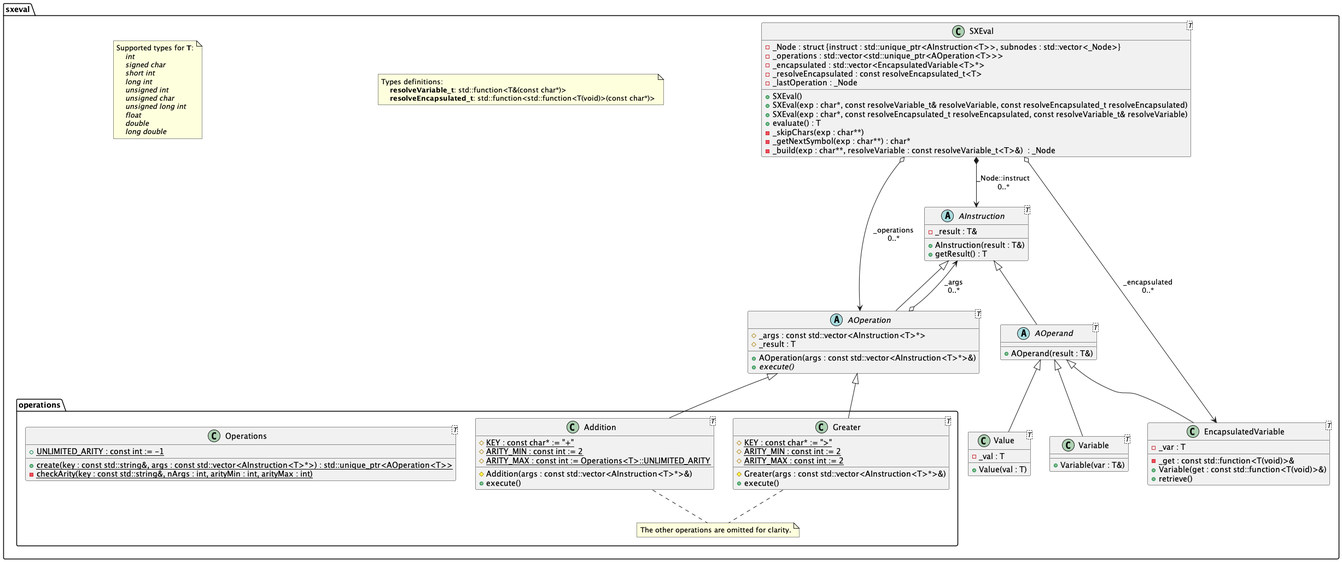
abadiet/SXEval keeps this PlantUML diagram as uml/class-diagram.png. Above is the earlier version.
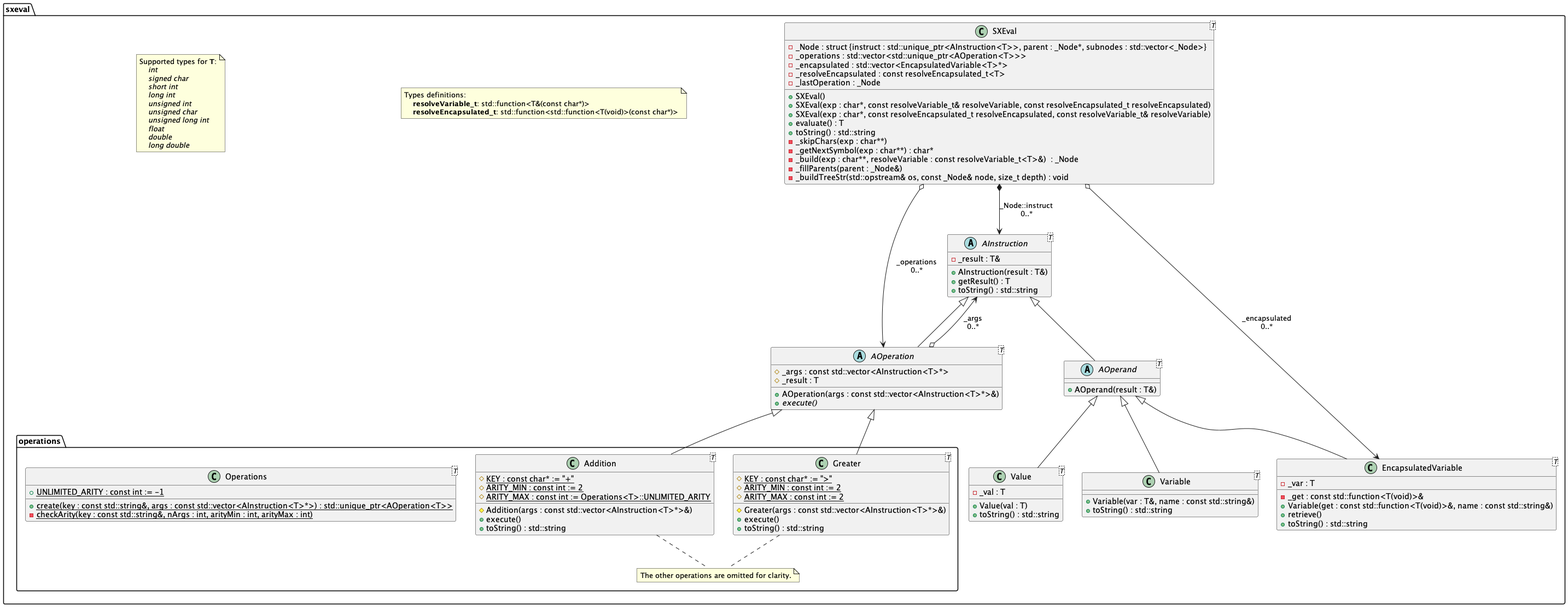
Later version of the same file.

Change to the diagram source:
```diff
@@ -23,7 +23,7 @@
     end note
 
     class SXEval<T> {
-        - _Node : struct {instruct : std::unique_ptr<AInstruction<T>>, subnodes : std::vector<_Node>}
+        - _Node : struct {instruct : std::unique_ptr<AInstruction<T>>, parent : _Node*, subnodes : std::vector<_Node>}
         -_operations : std::vector<std::unique_ptr<AOperation<T>>>
         -_encapsulated : std::vector<EncapsulatedVariable<T>*>
         -_resolveEncapsulated : const resolveEncapsulated_t<T>
@@ -32,9 +32,12 @@
         +SXEval(exp : char*, const resolveVariable_t& resolveVariable, const resolveEncapsulated_t resolveEncapsulated)
         +SXEval(exp : char*, const resolveEncapsulated_t resolveEncapsulated, const resolveVariable_t& resolveVariable)
         +evaluate() : T
+        +toString() : std::string
         -_skipChars(exp : char**)
         -_getNextSymbol(exp : char**) : char*
         -_build(exp : char**, resolveVariable : const resolveVariable_t<T>&)  : _Node
+        -_fillParents(parent : _Node&)
+        -_buildTreeStr(std::opstream& os, const _Node& node, size_t depth) : void
     }
 
 
@@ -42,6 +45,7 @@
         -_result : T&
         +AInstruction(result : T&)
         +getResult() : T
+        +toString() : std::string
     }
 
     abstract class AOperation<T> extends AInstruction {
@@ -58,17 +62,20 @@
     class Value<T> extends AOperand {
         -_val : T
         +Value(val : T)
+        +toString() : std::string
     }
 
     class Variable<T> extends AOperand {
-        +Variable(var : T&)
+        +Variable(var : T&, name : const std::string&)
+        +toString() : std::string
     }
 
     class EncapsulatedVariable<T> extends AOperand {
         -_var : T
         -_get : const std::function<T(void)>&
-        +Variable(get : const std::function<T(void)>&)
+        +Variable(get : const std::function<T(void)>&, name : const std::string&)
         +retrieve()
+        +toString() : std::string
     }
 
     package operations {
@@ -85,6 +92,7 @@
             #{static} ARITY_MAX : const int := Operations<T>::UNLIMITED_ARITY
             #Addition(args : const std::vector<AInstruction<T>*>&)
             +execute()
+            +toString() : std::string
         }
 
         class Greater<T> {
@@ -93,6 +101,7 @@
             #{static} ARITY_MAX : const int := 2
             #Greater(args : const std::vector<AInstruction<T>*>&)
             +execute()
+            +toString() : std::string
         }
 
         Addition -up-|> AOperation
```
